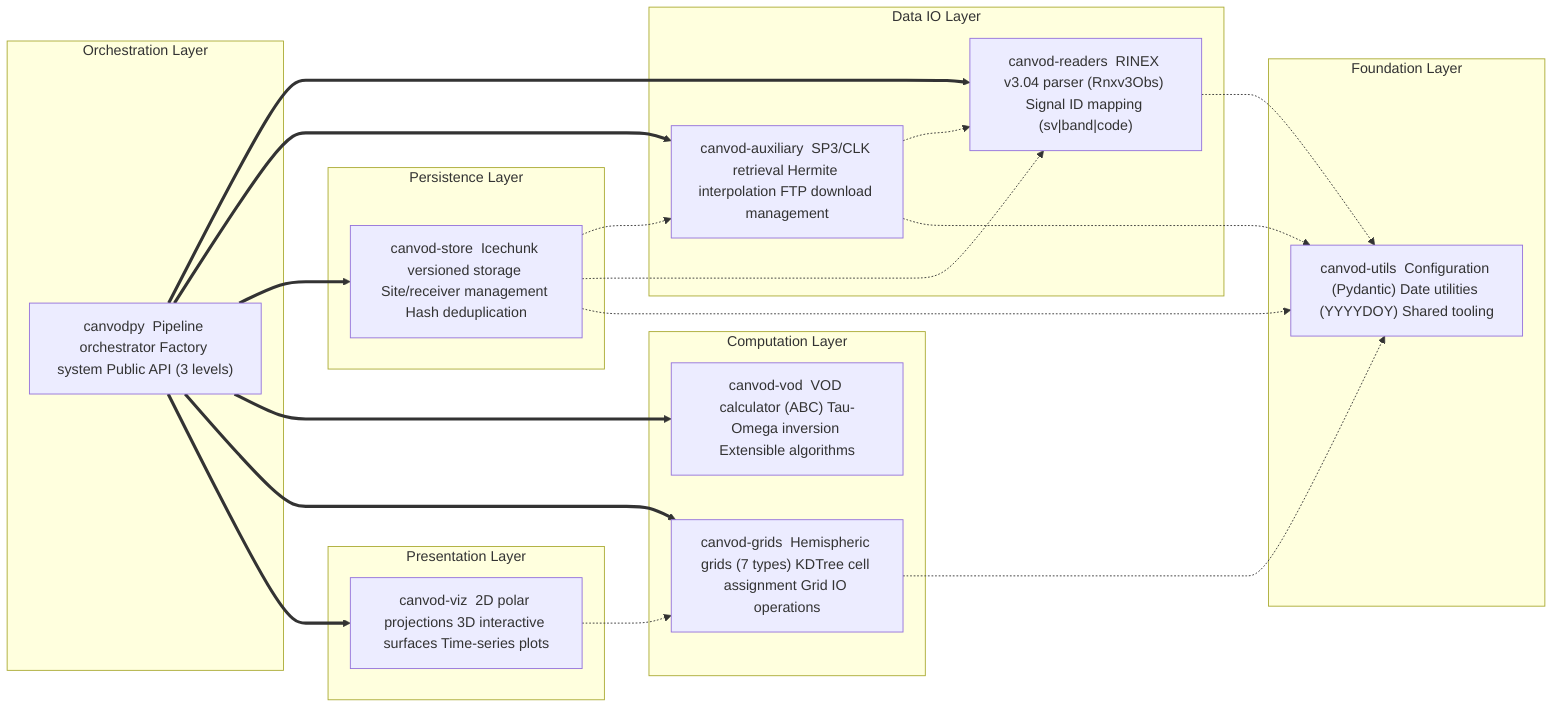
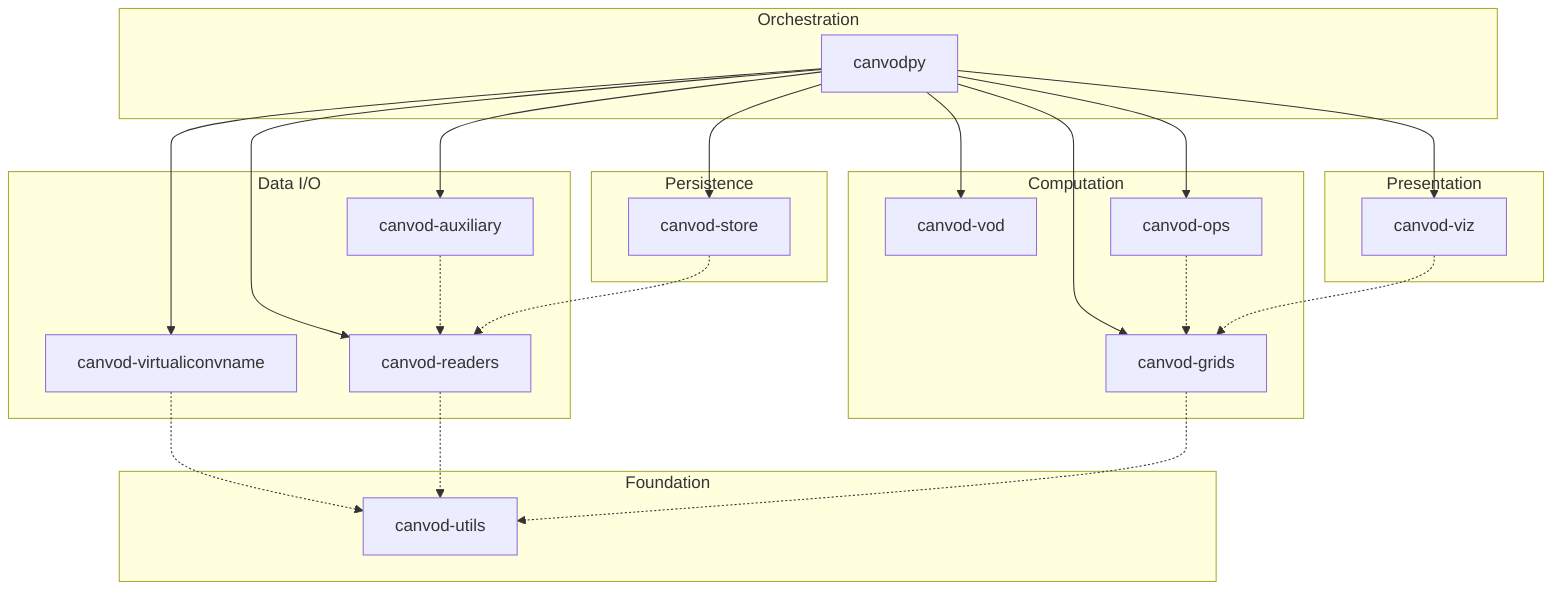
- graph LR
-     subgraph FOUNDATION[Foundation Layer]
-         UTILS["canvod-utils  Configuration (Pydantic) Date utilities (YYYYDOY) Shared tooling"]
+ graph TD
+     subgraph ORCHESTRATION["Orchestration"]
+         CANVODPY["canvodpy"]
    end

-     subgraph DATAIO[Data IO Layer]
-         READERS["canvod-readers  RINEX v3.04 parser (Rnxv3Obs) Signal ID mapping (sv|band|code)"]
-         AUX["canvod-auxiliary  SP3/CLK retrieval Hermite interpolation FTP download management"]
+     subgraph COMPUTE["Computation"]
+         VOD["canvod-vod"]
+         GRIDS["canvod-grids"]
+         OPS["canvod-ops"]
    end

-     subgraph STORE_LAYER[Persistence Layer]
-         STORE["canvod-store  Icechunk versioned storage Site/receiver management Hash deduplication"]
+     subgraph STORE_LAYER["Persistence"]
+         STORE["canvod-store"]
    end

-     subgraph COMPUTE[Computation Layer]
-         VOD["canvod-vod  VOD calculator (ABC) Tau-Omega inversion Extensible algorithms"]
-         GRIDS["canvod-grids  Hemispheric grids (7 types) KDTree cell assignment Grid IO operations"]
+     subgraph DATAIO["Data I/O"]
+         READERS["canvod-readers"]
+         AUX["canvod-auxiliary"]
+         NAMING["canvod-virtualiconvname"]
    end

-     subgraph PRESENT[Presentation Layer]
-         VIZ["canvod-viz  2D polar projections 3D interactive surfaces Time-series plots"]
+     subgraph PRESENT["Presentation"]
+         VIZ["canvod-viz"]
    end

-     subgraph ORCHESTRATION[Orchestration Layer]
-         CANVODPY["canvodpy  Pipeline orchestrator Factory system Public API (3 levels)"]
+     subgraph FOUNDATION["Foundation"]
+         UTILS["canvod-utils"]
    end

+     CANVODPY --> READERS & AUX & NAMING
+     CANVODPY --> STORE
+     CANVODPY --> VOD & GRIDS & OPS & VIZ
+ 
+     OPS -.-> GRIDS
+     VIZ -.-> GRIDS
+     AUX -.-> READERS
+     STORE -.-> READERS
+     NAMING -.-> UTILS
    READERS -.-> UTILS
-     AUX -.-> READERS
-     AUX -.-> UTILS
-     STORE -.-> AUX
-     STORE -.-> READERS
-     STORE -.-> UTILS
    GRIDS -.-> UTILS
-     VIZ -.-> GRIDS
- 
-     CANVODPY ==> READERS
-     CANVODPY ==> AUX
-     CANVODPY ==> STORE
-     CANVODPY ==> VOD
-     CANVODPY ==> GRIDS
-     CANVODPY ==> VIZ
